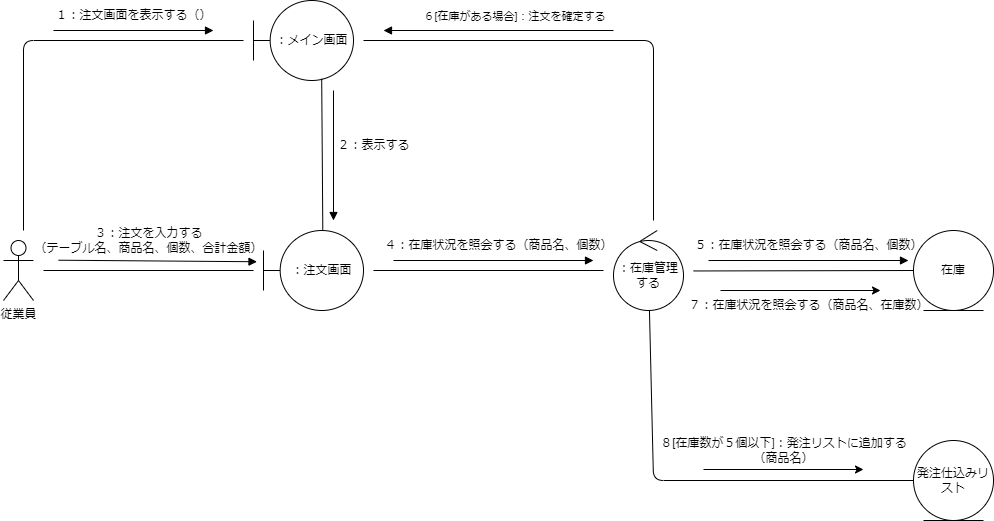
MasakiHiguchi/--- keeps this draw.io diagram as psp4/コミュニケーション図/コミュニケーション図_オーダー.drawio.png. Above is the earlier version. Source tidied: cells renumbered, new cells last; positions are measured from the earlier drawing's top-left corner, leaving out a move shared by most shapes.
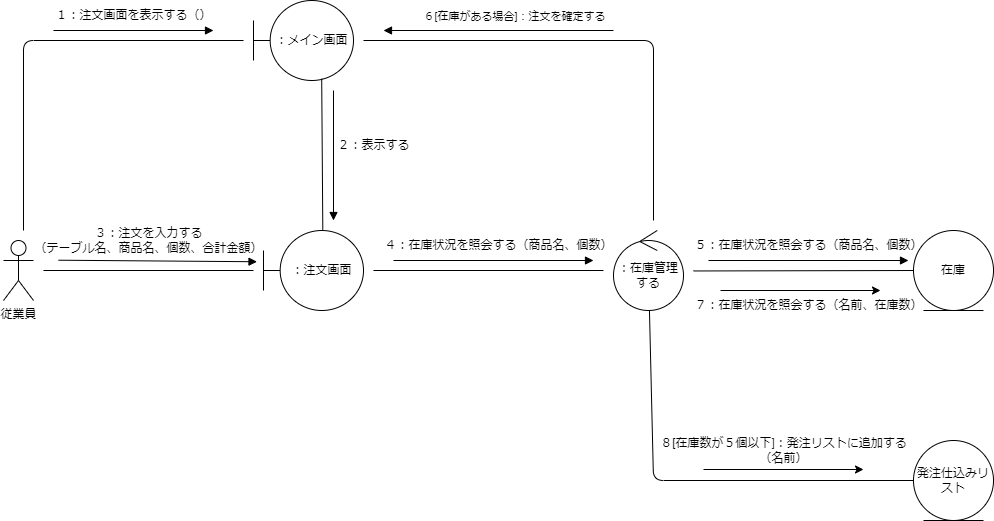
The same file after the commit.

Change to the diagram source:
```diff
@@ -120,8 +120,8 @@
     <mxCell id="26" value="発注仕込みリスト" style="ellipse;shape=umlEntity;whiteSpace=wrap;html=1;" parent="1" vertex="1">
       <mxGeometry x="910" y="440" width="80" height="80" as="geometry" />
     </mxCell>
-    <mxCell id="27" value="７：在庫状況を照会する（商品名、在庫数）" style="text;html=1;align=center;verticalAlign=middle;strokeColor=none;fillColor=none;" parent="1" vertex="1">
-      <mxGeometry x="675" y="290" width="260" height="30" as="geometry" />
+    <mxCell id="27" value="７：在庫状況を照会する（名前、在庫数）" style="text;html=1;align=center;verticalAlign=middle;strokeColor=none;fillColor=none;" parent="1" vertex="1">
+      <mxGeometry x="680" y="290" width="250" height="30" as="geometry" />
     </mxCell>
     <mxCell id="28" style="endArrow=classic;html=1;" parent="1" edge="1">
       <mxGeometry relative="1" as="geometry">
@@ -129,7 +129,7 @@
         <mxPoint x="877" y="290" as="targetPoint" />
       </mxGeometry>
     </mxCell>
-    <mxCell id="29" value="８[在庫数が５個以下]：発注リストに追加する&lt;br&gt;（商品名）" style="text;html=1;align=center;verticalAlign=middle;strokeColor=none;fillColor=none;" parent="1" vertex="1">
+    <mxCell id="29" value="８[在庫数が５個以下]：発注リストに追加する&lt;br&gt;（名前）" style="text;html=1;align=center;verticalAlign=middle;strokeColor=none;fillColor=none;" parent="1" vertex="1">
       <mxGeometry x="645" y="430" width="270" height="40" as="geometry" />
     </mxCell>
     <mxCell id="30" style="endArrow=classic;html=1;" parent="1" edge="1">
```
